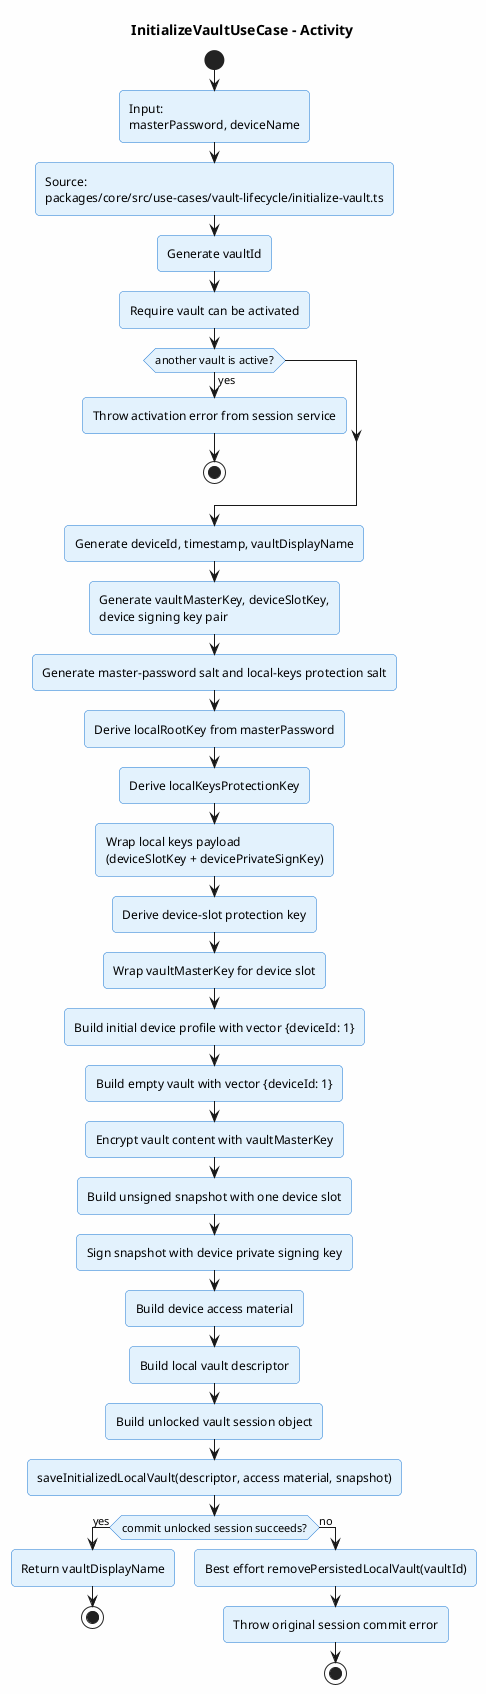
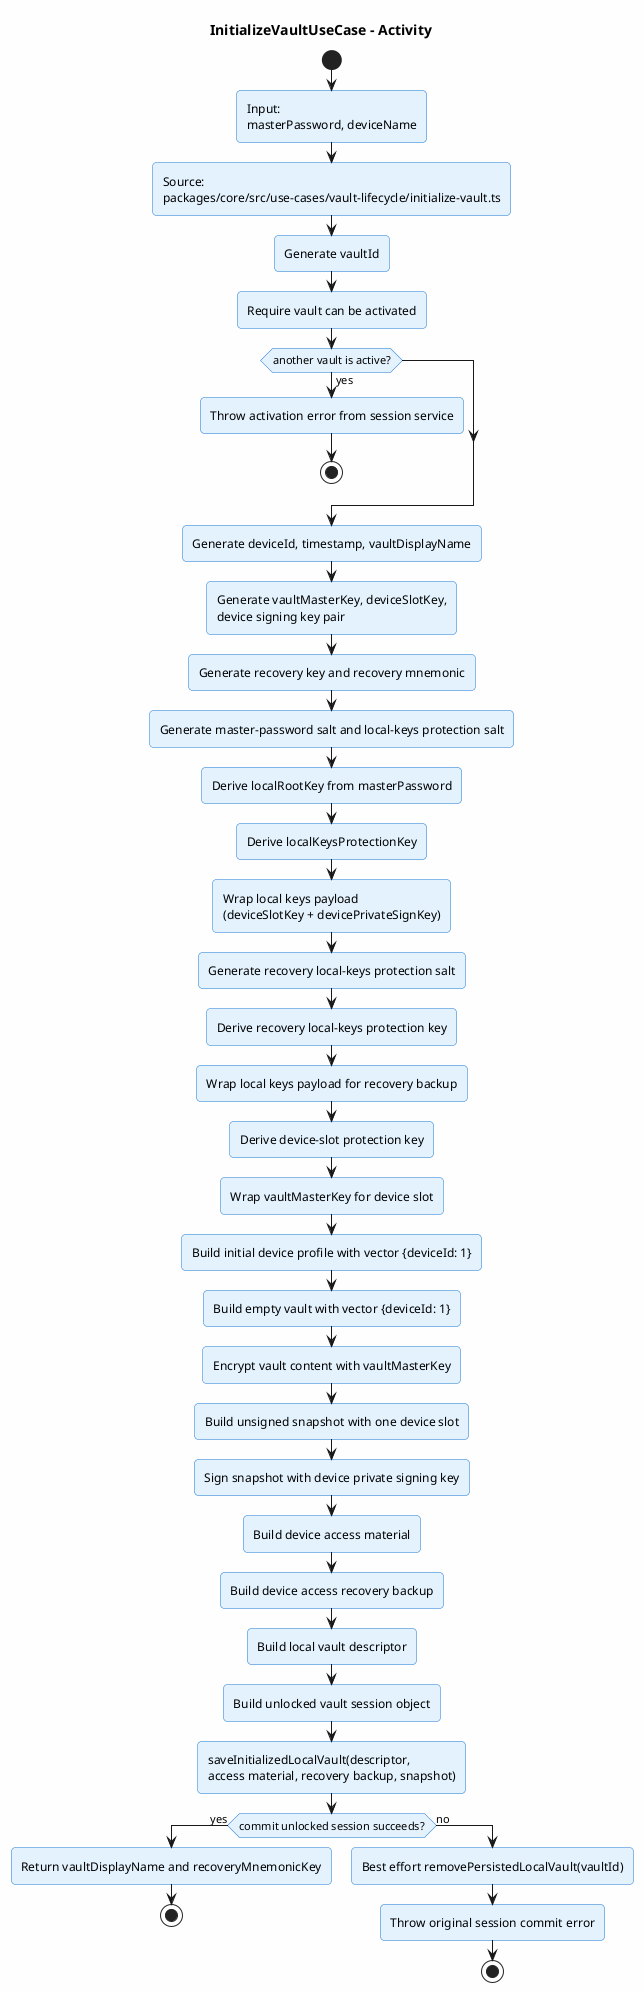
@startuml initialize-vault-activity
title InitializeVaultUseCase - Activity

skinparam backgroundColor #FEFEFE
skinparam roundcorner 8
skinparam shadowing false
skinparam activity {
  BackgroundColor #E3F2FD
  BorderColor #1976D2
}

start
:Input:\nmasterPassword, deviceName;
:Source:\npackages/core/src/use-cases/vault-lifecycle/initialize-vault.ts;
:Generate vaultId;
:Require vault can be activated;
if (another vault is active?) then (yes)
  :Throw activation error from session service;
  stop
endif

:Generate deviceId, timestamp, vaultDisplayName;
:Generate vaultMasterKey, deviceSlotKey,\ndevice signing key pair;
+ :Generate recovery key and recovery mnemonic;
:Generate master-password salt and local-keys protection salt;
:Derive localRootKey from masterPassword;
:Derive localKeysProtectionKey;
:Wrap local keys payload\n(deviceSlotKey + devicePrivateSignKey);
+ :Generate recovery local-keys protection salt;
+ :Derive recovery local-keys protection key;
+ :Wrap local keys payload for recovery backup;
:Derive device-slot protection key;
:Wrap vaultMasterKey for device slot;
:Build initial device profile with vector {deviceId: 1};
:Build empty vault with vector {deviceId: 1};
:Encrypt vault content with vaultMasterKey;
:Build unsigned snapshot with one device slot;
:Sign snapshot with device private signing key;
:Build device access material;
+ :Build device access recovery backup;
:Build local vault descriptor;
:Build unlocked vault session object;
- :saveInitializedLocalVault(descriptor, access material, snapshot);
+ :saveInitializedLocalVault(descriptor,\naccess material, recovery backup, snapshot);

if (commit unlocked session succeeds?) then (yes)
-   :Return vaultDisplayName;
+   :Return vaultDisplayName and recoveryMnemonicKey;
  stop
else (no)
  :Best effort removePersistedLocalVault(vaultId);
  :Throw original session commit error;
  stop
endif
@enduml
